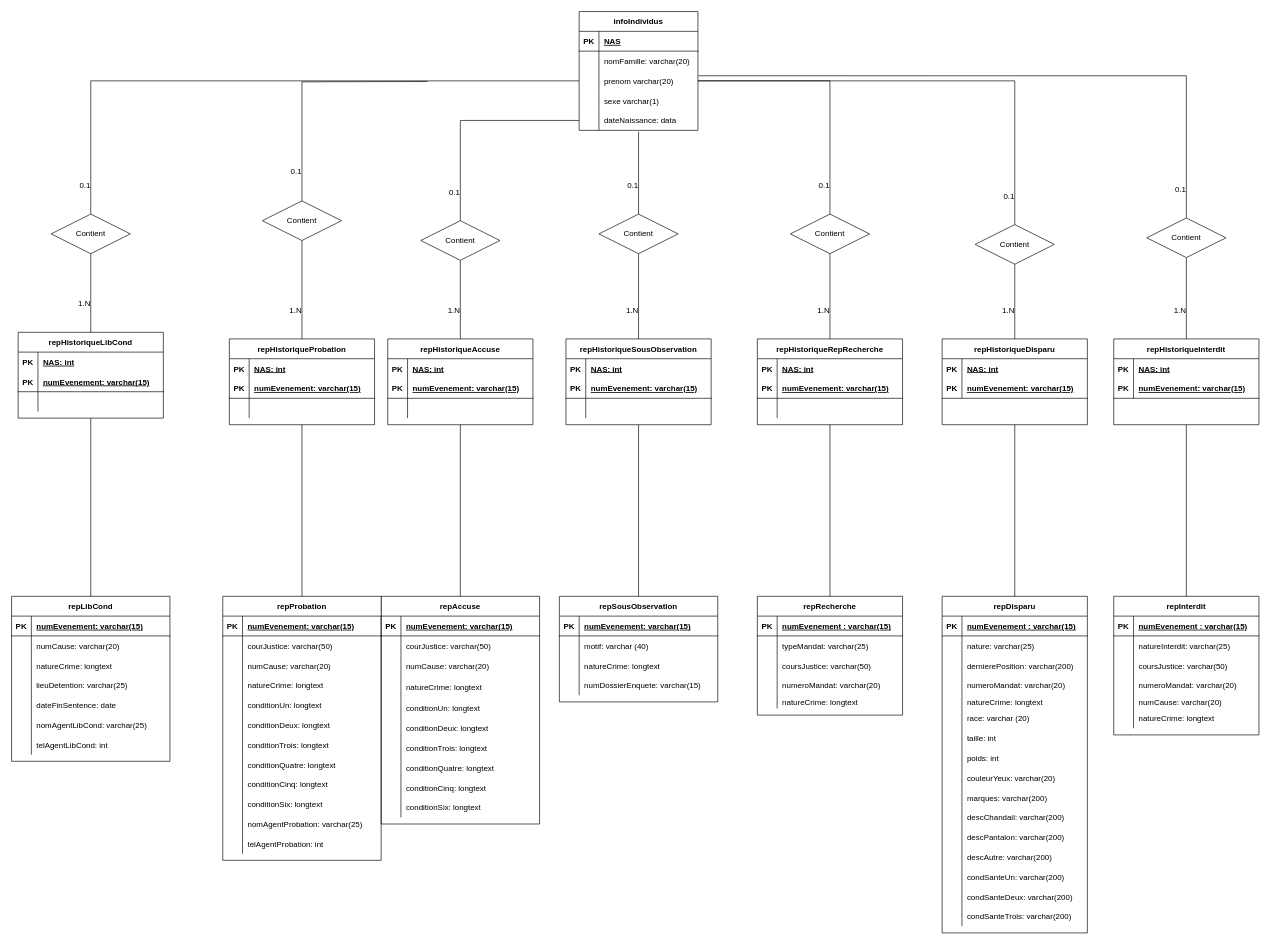
Above: database/MCD.drawio in e1730934/projet02Equipe3backend (draw.io), before the change. Source tidied: cells renumbered, new cells numbered last; positions are measured from the earlier drawing's top-left corner, leaving out a move shared by most shapes. Both pictures are drawn from the tidied source at 66%, with x=0, y=0 at pixel (11, 11).
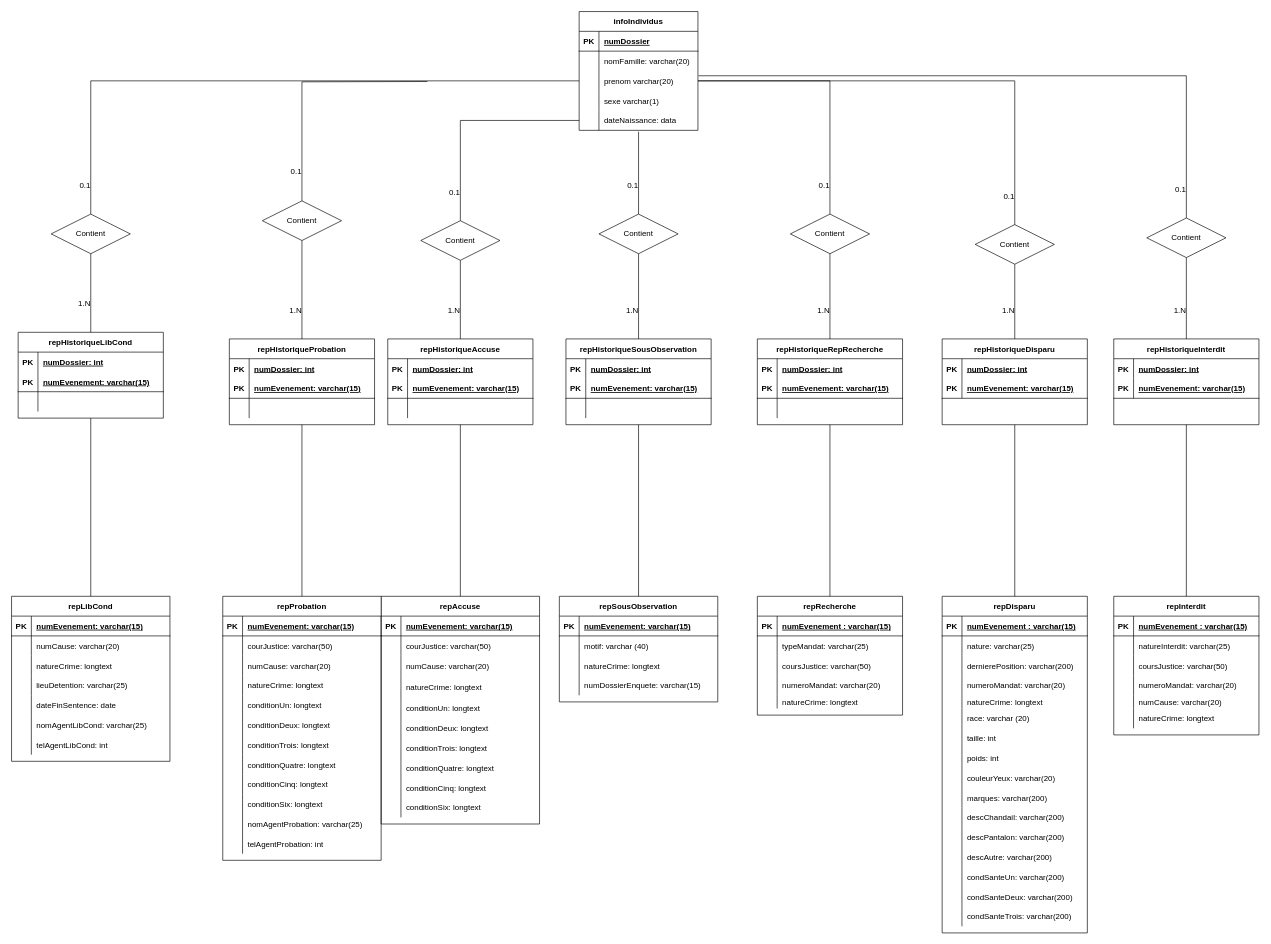
The same page after the edit.

Commit message (it also covers changes not shown here):
Update Database: NAS replaced by numDossier

The change refers to these unchanged cells:
```xml
<mxCell id="3" style="shape=tableRow;horizontal=0;startSize=0;swimlaneHead=0;swimlaneBody=0;fillColor=none;top=0;left=0;right=0;bottom=1;" parent="2" vertex="1">
  <mxGeometry y="30" width="180" height="30" as="geometry" />
</mxCell>
<mxCell id="19" style="shape=tableRow;horizontal=0;startSize=0;swimlaneHead=0;swimlaneBody=0;fillColor=none;top=0;left=0;right=0;bottom=0;" parent="18" vertex="1">
  <mxGeometry y="30" width="220" height="30" as="geometry" />
</mxCell>
<mxCell id="45" style="shape=tableRow;horizontal=0;startSize=0;swimlaneHead=0;swimlaneBody=0;fillColor=none;top=0;left=0;right=0;bottom=0;fontStyle=1;" parent="44" vertex="1">
  <mxGeometry y="30" width="220" height="30" as="geometry" />
</mxCell>
<mxCell id="68" style="shape=tableRow;horizontal=0;startSize=0;swimlaneHead=0;swimlaneBody=0;fillColor=none;top=0;left=0;right=0;bottom=0;fontStyle=1;" parent="67" vertex="1">
  <mxGeometry y="30" width="220" height="30" as="geometry" />
</mxCell>
<mxCell id="109" style="shape=tableRow;horizontal=0;startSize=0;swimlaneHead=0;swimlaneBody=0;fillColor=none;top=0;left=0;right=0;bottom=0;fontStyle=1;" parent="108" vertex="1">
  <mxGeometry y="30" width="220" height="30" as="geometry" />
</mxCell>
<mxCell id="156" style="shape=tableRow;horizontal=0;startSize=0;swimlaneHead=0;swimlaneBody=0;fillColor=none;top=0;left=0;right=0;bottom=0;fontStyle=1;" parent="155" vertex="1">
  <mxGeometry y="30" width="220" height="30" as="geometry" />
</mxCell>
<mxCell id="188" style="shape=tableRow;horizontal=0;startSize=0;swimlaneHead=0;swimlaneBody=0;fillColor=none;top=0;left=0;right=0;bottom=0;" parent="187" vertex="1">
  <mxGeometry y="30" width="220" height="30" as="geometry" />
</mxCell>
<mxCell id="244" style="shape=tableRow;horizontal=0;startSize=0;swimlaneHead=0;swimlaneBody=0;fillColor=none;top=0;left=0;right=0;bottom=0;" parent="243" vertex="1">
  <mxGeometry y="30" width="220" height="30" as="geometry" />
</mxCell>
```

What changed in the source:
```diff
@@
-    <mxCell id="5" value="NAS" style="shape=partialRectangle;fillColor=none;top=0;left=0;bottom=0;right=0;align=left;spacingLeft=6;fontStyle=5;overflow=hidden;" parent="3" vertex="1">
+    <mxCell id="5" value="numDossier" style="shape=partialRectangle;fillColor=none;top=0;left=0;bottom=0;right=0;align=left;spacingLeft=6;fontStyle=5;overflow=hidden;" parent="3" vertex="1">
       <mxGeometry x="30" width="150" height="30" as="geometry" />
     </mxCell>
@@
-    <mxCell id="21" value="NAS: int" style="shape=partialRectangle;fillColor=none;top=0;left=0;bottom=0;right=0;align=left;spacingLeft=6;overflow=hidden;fontStyle=5;" parent="19" vertex="1">
+    <mxCell id="21" value="numDossier: int" style="shape=partialRectangle;fillColor=none;top=0;left=0;bottom=0;right=0;align=left;spacingLeft=6;overflow=hidden;fontStyle=5;" parent="19" vertex="1">
       <mxGeometry x="30" width="190" height="30" as="geometry" />
     </mxCell>
@@
-    <mxCell id="47" value="NAS: int" style="shape=partialRectangle;fillColor=none;top=0;left=0;bottom=0;right=0;align=left;spacingLeft=6;overflow=hidden;fontStyle=5;" parent="45" vertex="1">
+    <mxCell id="47" value="numDossier: int" style="shape=partialRectangle;fillColor=none;top=0;left=0;bottom=0;right=0;align=left;spacingLeft=6;overflow=hidden;fontStyle=5;" parent="45" vertex="1">
       <mxGeometry x="30" width="190" height="30" as="geometry" />
     </mxCell>
@@
-    <mxCell id="70" value="NAS: int" style="shape=partialRectangle;fillColor=none;top=0;left=0;bottom=0;right=0;align=left;spacingLeft=6;overflow=hidden;fontStyle=5;" parent="68" vertex="1">
+    <mxCell id="70" value="numDossier: int" style="shape=partialRectangle;fillColor=none;top=0;left=0;bottom=0;right=0;align=left;spacingLeft=6;overflow=hidden;fontStyle=5;" parent="68" vertex="1">
       <mxGeometry x="30" width="190" height="30" as="geometry" />
     </mxCell>
@@
-    <mxCell id="111" value="NAS: int" style="shape=partialRectangle;fillColor=none;top=0;left=0;bottom=0;right=0;align=left;spacingLeft=6;overflow=hidden;fontStyle=5;" parent="109" vertex="1">
+    <mxCell id="111" value="numDossier: int" style="shape=partialRectangle;fillColor=none;top=0;left=0;bottom=0;right=0;align=left;spacingLeft=6;overflow=hidden;fontStyle=5;" parent="109" vertex="1">
       <mxGeometry x="30" width="190" height="30" as="geometry" />
     </mxCell>
@@
-    <mxCell id="158" value="NAS: int" style="shape=partialRectangle;fillColor=none;top=0;left=0;bottom=0;right=0;align=left;spacingLeft=6;overflow=hidden;fontStyle=5;" parent="156" vertex="1">
+    <mxCell id="158" value="numDossier: int" style="shape=partialRectangle;fillColor=none;top=0;left=0;bottom=0;right=0;align=left;spacingLeft=6;overflow=hidden;fontStyle=5;" parent="156" vertex="1">
       <mxGeometry x="30" width="190" height="30" as="geometry" />
     </mxCell>
@@
-    <mxCell id="190" value="NAS: int" style="shape=partialRectangle;fillColor=none;top=0;left=0;bottom=0;right=0;align=left;spacingLeft=6;overflow=hidden;fontStyle=5;" parent="188" vertex="1">
+    <mxCell id="190" value="numDossier: int" style="shape=partialRectangle;fillColor=none;top=0;left=0;bottom=0;right=0;align=left;spacingLeft=6;overflow=hidden;fontStyle=5;" parent="188" vertex="1">
       <mxGeometry x="30" width="190" height="30" as="geometry" />
     </mxCell>
@@
-    <mxCell id="246" value="NAS: int" style="shape=partialRectangle;fillColor=none;top=0;left=0;bottom=0;right=0;align=left;spacingLeft=6;overflow=hidden;fontStyle=5;" parent="244" vertex="1">
+    <mxCell id="246" value="numDossier: int" style="shape=partialRectangle;fillColor=none;top=0;left=0;bottom=0;right=0;align=left;spacingLeft=6;overflow=hidden;fontStyle=5;" parent="244" vertex="1">
       <mxGeometry x="30" width="190" height="30" as="geometry" />
     </mxCell>
```
